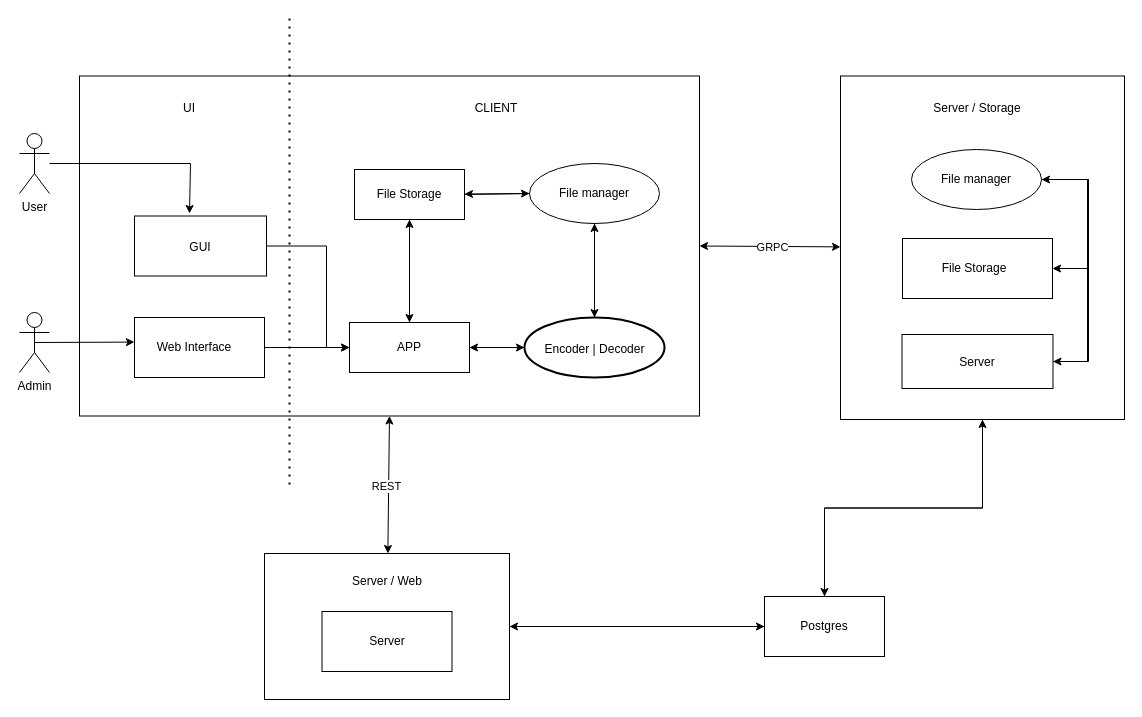
This is doc/schema.drawio from vasiliyantufev/GophKeeper, a draw.io file, before an edit. Source tidied: cells renumbered, new cells numbered last; positions are measured from the earlier drawing's top-left corner, leaving out a move shared by most shapes. Both pictures are drawn from the tidied source at 100%, with x=0, y=0 at pixel (19, 18).
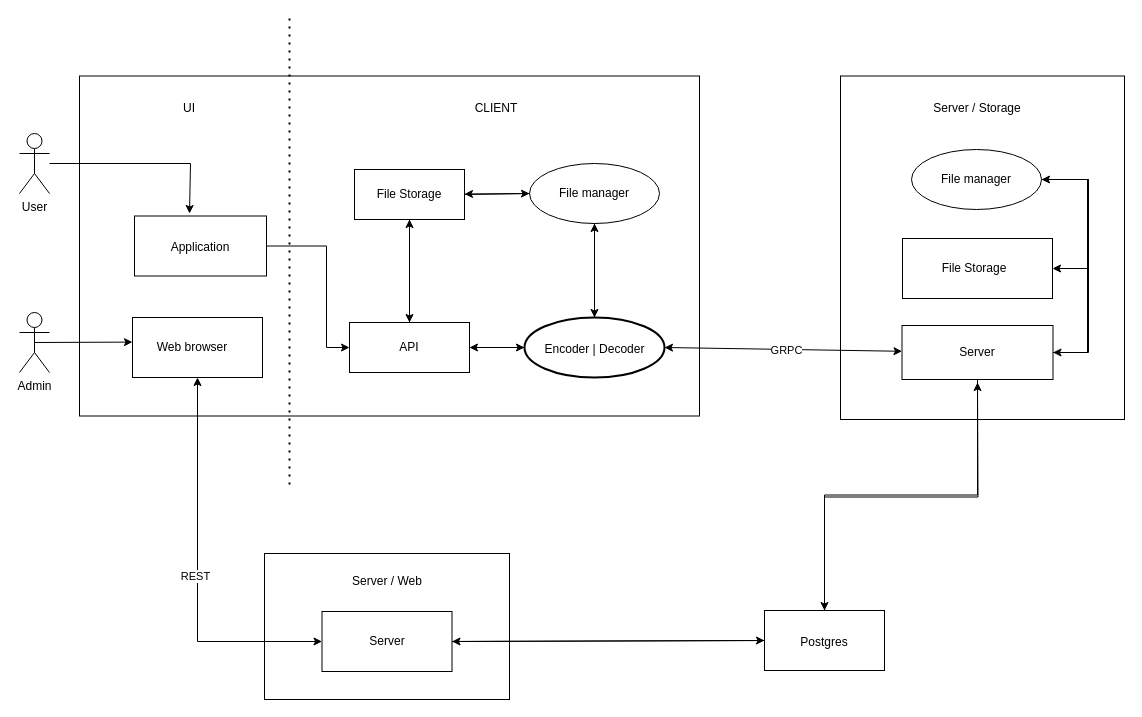
After the change.

The change refers to these unchanged cells:
```xml
<mxCell id="2" style="rounded=0;whiteSpace=wrap;html=1;" parent="1" vertex="1">
  <mxGeometry x="60" y="57.5" width="620" height="340" as="geometry" />
</mxCell>
<mxCell id="3" style="rounded=0;whiteSpace=wrap;html=1;" parent="1" vertex="1">
  <mxGeometry x="821" y="57.5" width="284" height="343.5" as="geometry" />
</mxCell>
<mxCell id="4" style="rounded=0;whiteSpace=wrap;html=1;" parent="1" vertex="1">
  <mxGeometry x="245" y="535" width="245" height="146" as="geometry" />
</mxCell>
<mxCell id="44" style="rounded=0;whiteSpace=wrap;html=1;" parent="43" vertex="1">
  <mxGeometry x="10" width="130" height="60" as="geometry" />
</mxCell>
<mxCell id="48" style="rounded=0;whiteSpace=wrap;html=1;" parent="47" vertex="1">
  <mxGeometry width="130" height="60" as="geometry" />
</mxCell>
<mxCell id="58" style="ellipse;whiteSpace=wrap;html=1;" parent="57" vertex="1">
  <mxGeometry width="130" height="60" as="geometry" />
</mxCell>
```

The edit, as a diff of the source:
```diff
@@
-    <mxCell id="7" value="APP" style="html=1;whiteSpace=wrap;" parent="1" vertex="1">
+    <mxCell id="7" value="API" style="html=1;whiteSpace=wrap;" parent="1" vertex="1">
       <mxGeometry x="330" y="304" width="120" height="50" as="geometry" />
     </mxCell>
@@
-    <mxCell id="24" value="&lt;div&gt;GUI&lt;/div&gt;" style="text;html=1;strokeColor=none;fillColor=none;align=center;verticalAlign=middle;whiteSpace=wrap;rounded=0;" parent="1" vertex="1">
+    <mxCell id="24" value="Application" style="text;html=1;strokeColor=none;fillColor=none;align=center;verticalAlign=middle;whiteSpace=wrap;rounded=0;" parent="1" vertex="1">
       <mxGeometry x="151" y="214.2" width="60" height="30" as="geometry" />
     </mxCell>
-    <mxCell id="25" style="edgeStyle=none;rounded=0;jettySize=auto;html=1;exitX=1;exitY=0.5;exitDx=0;exitDy=0;" parent="1" edge="1" source="45" target="7">
-      <mxGeometry relative="1" as="geometry" />
-    </mxCell>
-    <mxCell id="26" style="edgeStyle=orthogonalEdgeStyle;rounded=0;jettySize=auto;html=1;exitX=0.5;exitY=0;exitDx=0;exitDy=0;entryX=0.5;entryY=1;entryDx=0;entryDy=0;" parent="1" edge="1" source="28" target="3">
-      <mxGeometry relative="1" as="geometry" />
+    <mxCell id="26" style="edgeStyle=orthogonalEdgeStyle;rounded=0;jettySize=auto;html=1;exitX=0.5;exitY=0;exitDx=0;exitDy=0;" parent="1" edge="1" source="28">
+      <mxGeometry relative="1" as="geometry">
+        <mxPoint x="958" y="364" as="targetPoint" />
+      </mxGeometry>
     </mxCell>
-    <mxCell id="27" style="edgeStyle=none;rounded=0;jettySize=auto;html=1;exitX=0;exitY=0.5;exitDx=0;exitDy=0;entryX=1;entryY=0.5;entryDx=0;entryDy=0;" parent="1" edge="1" source="28" target="4">
+    <mxCell id="27" style="edgeStyle=none;rounded=0;jettySize=auto;html=1;exitX=0;exitY=0.5;exitDx=0;exitDy=0;entryX=1;entryY=0.5;entryDx=0;entryDy=0;" parent="1" edge="1" source="28" target="48">
       <mxGeometry relative="1" as="geometry" />
     </mxCell>
     <mxCell id="28" style="rounded=0;whiteSpace=wrap;html=1;" parent="1" vertex="1">
-      <mxGeometry x="745" y="578" width="120" height="60" as="geometry" />
+      <mxGeometry x="745" y="592" width="120" height="60" as="geometry" />
     </mxCell>
     <mxCell id="29" value="Postgres" style="text;html=1;strokeColor=none;fillColor=none;align=center;verticalAlign=middle;whiteSpace=wrap;rounded=0;" parent="1" vertex="1">
-      <mxGeometry x="775" y="593" width="60" height="30" as="geometry" />
+      <mxGeometry x="775" y="609" width="60" height="30" as="geometry" />
     </mxCell>
@@
-    <mxCell id="36" style="edgeStyle=none;rounded=0;jettySize=auto;html=1;entryX=0;entryY=0.5;entryDx=0;entryDy=0;exitX=1;exitY=0.5;exitDx=0;exitDy=0;" parent="1" edge="1" source="4" target="28">
+    <mxCell id="36" style="edgeStyle=none;rounded=0;jettySize=auto;html=1;entryX=0;entryY=0.5;entryDx=0;entryDy=0;exitX=1;exitY=0.5;exitDx=0;exitDy=0;" parent="1" edge="1" source="48" target="28">
       <mxGeometry relative="1" as="geometry" />
     </mxCell>
-    <mxCell id="37" style="endArrow=classic;startArrow=classic;html=1;rounded=0;entryX=0.5;entryY=1;entryDx=0;entryDy=0;" parent="1" edge="1" source="4" target="2">
-      <mxGeometry relative="1" as="geometry" />
+    <mxCell id="37" style="endArrow=classic;startArrow=classic;html=1;rounded=0;entryX=0.5;entryY=1;entryDx=0;entryDy=0;exitX=0;exitY=0.5;exitDx=0;exitDy=0;" parent="1" edge="1" source="48" target="44">
+      <mxGeometry relative="1" as="geometry">
+        <Array as="points">
+          <mxPoint x="178" y="623" />
+        </Array>
+      </mxGeometry>
     </mxCell>
@@
-    <mxCell id="39" style="edgeStyle=orthogonalEdgeStyle;rounded=0;jettySize=auto;html=1;entryX=0.5;entryY=0;entryDx=0;entryDy=0;" parent="1" edge="1" source="3" target="28">
+    <mxCell id="39" style="edgeStyle=orthogonalEdgeStyle;rounded=0;jettySize=auto;html=1;entryX=0.5;entryY=0;entryDx=0;entryDy=0;exitX=0.5;exitY=1;exitDx=0;exitDy=0;" parent="1" edge="1" source="54" target="28">
       <mxGeometry relative="1" as="geometry" />
     </mxCell>
-    <mxCell id="40" style="endArrow=classic;startArrow=classic;html=1;rounded=0;exitX=1;exitY=0.5;exitDx=0;exitDy=0;" parent="1" edge="1" source="2" target="3">
-      <mxGeometry relative="1" as="geometry" />
+    <mxCell id="40" style="endArrow=classic;startArrow=classic;html=1;rounded=0;" parent="1" edge="1" target="54">
+      <mxGeometry relative="1" as="geometry">
+        <mxPoint x="645" y="329" as="sourcePoint" />
+      </mxGeometry>
     </mxCell>
@@
     <mxCell id="43" style="group;" parent="1" vertex="1">
-      <mxGeometry x="105" y="299" width="140" height="60" as="geometry" />
+      <mxGeometry x="103" y="299" width="140" height="60" as="geometry" />
     </mxCell>
@@
-    <mxCell id="45" value="&lt;div&gt;Web Interface&lt;/div&gt;" style="text;html=1;strokeColor=none;fillColor=none;align=center;verticalAlign=middle;whiteSpace=wrap;rounded=0;" parent="43" vertex="1">
+    <mxCell id="45" value="&lt;div&gt;Web browser&lt;/div&gt;" style="text;html=1;strokeColor=none;fillColor=none;align=center;verticalAlign=middle;whiteSpace=wrap;rounded=0;" parent="43" vertex="1">
       <mxGeometry y="15" width="140" height="30" as="geometry" />
     </mxCell>
@@
     <mxCell id="53" style="edgeStyle=orthogonalEdgeStyle;rounded=0;jettySize=auto;html=1;exitX=1;exitY=0.5;exitDx=0;exitDy=0;entryX=1;entryY=0.5;entryDx=0;entryDy=0;" parent="1" edge="1" source="54" target="58">
       <mxGeometry relative="1" as="geometry">
         <Array as="points">
-          <mxPoint x="1068" y="343" />
+          <mxPoint x="1068" y="334" />
           <mxPoint x="1068" y="161" />
         </Array>
       </mxGeometry>
     </mxCell>
     <mxCell id="54" style="rounded=0;whiteSpace=wrap;html=1;" parent="1" vertex="1">
-      <mxGeometry x="882.5" y="316" width="151" height="54" as="geometry" />
+      <mxGeometry x="882.5" y="307" width="151" height="54" as="geometry" />
     </mxCell>
     <mxCell id="55" value="Server" style="text;html=1;strokeColor=none;fillColor=none;align=center;verticalAlign=middle;whiteSpace=wrap;rounded=0;" parent="1" vertex="1">
-      <mxGeometry x="913" y="329" width="89.9" height="30" as="geometry" />
+      <mxGeometry x="913" y="319" width="89.9" height="30" as="geometry" />
     </mxCell>
@@
     <mxCell id="60" style="edgeStyle=orthogonalEdgeStyle;rounded=0;jettySize=auto;html=1;exitX=1;exitY=0.5;exitDx=0;exitDy=0;entryX=1;entryY=0.5;entryDx=0;entryDy=0;" parent="1" edge="1" source="58" target="54">
       <mxGeometry relative="1" as="geometry">
         <Array as="points">
           <mxPoint x="1069" y="161" />
-          <mxPoint x="1069" y="343" />
+          <mxPoint x="1069" y="334" />
         </Array>
       </mxGeometry>
     </mxCell>
```
